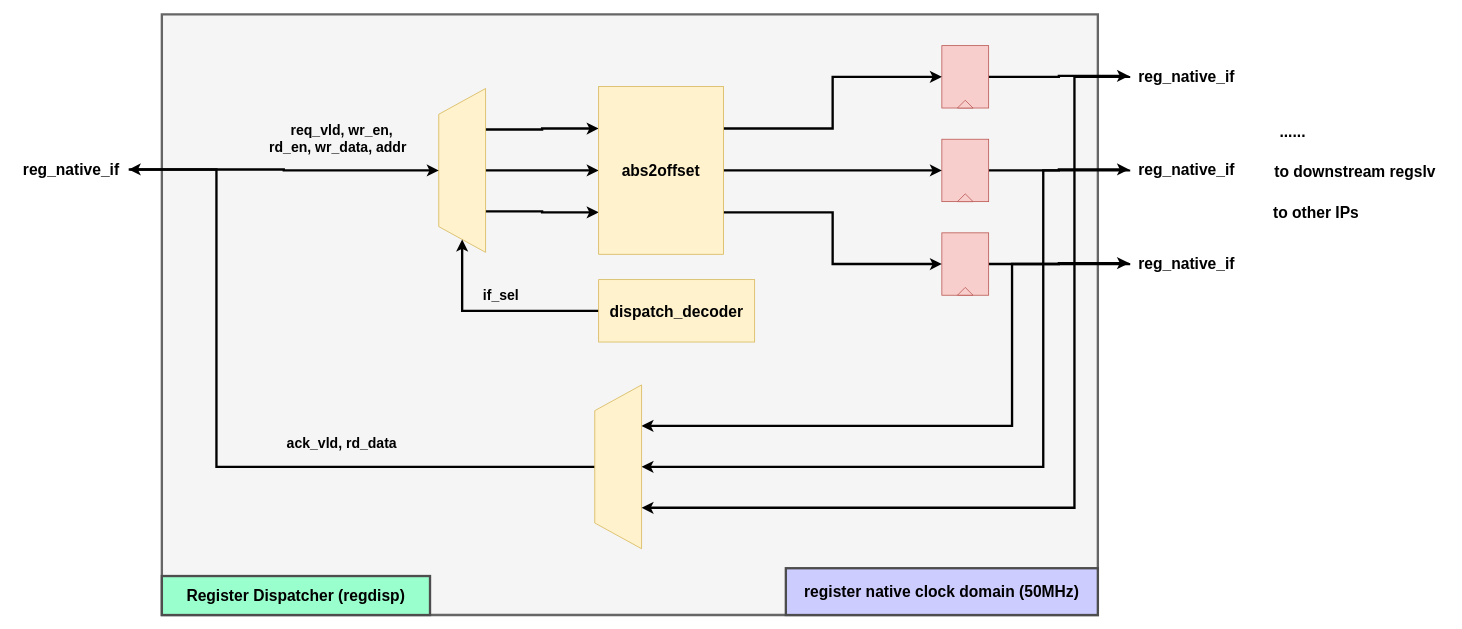
howsayhao/hj_reg_auto keeps this draw.io diagram as docs/dio_diag/regdisp_rtl_infra.dio. Above is the earlier version. Source tidied: cells renumbered, new cells numbered last; positions are measured from the earlier drawing's top-left corner, leaving out a move shared by most shapes. Both pictures are drawn from the tidied source at 78%, with x=0, y=0 at pixel (13, 14).
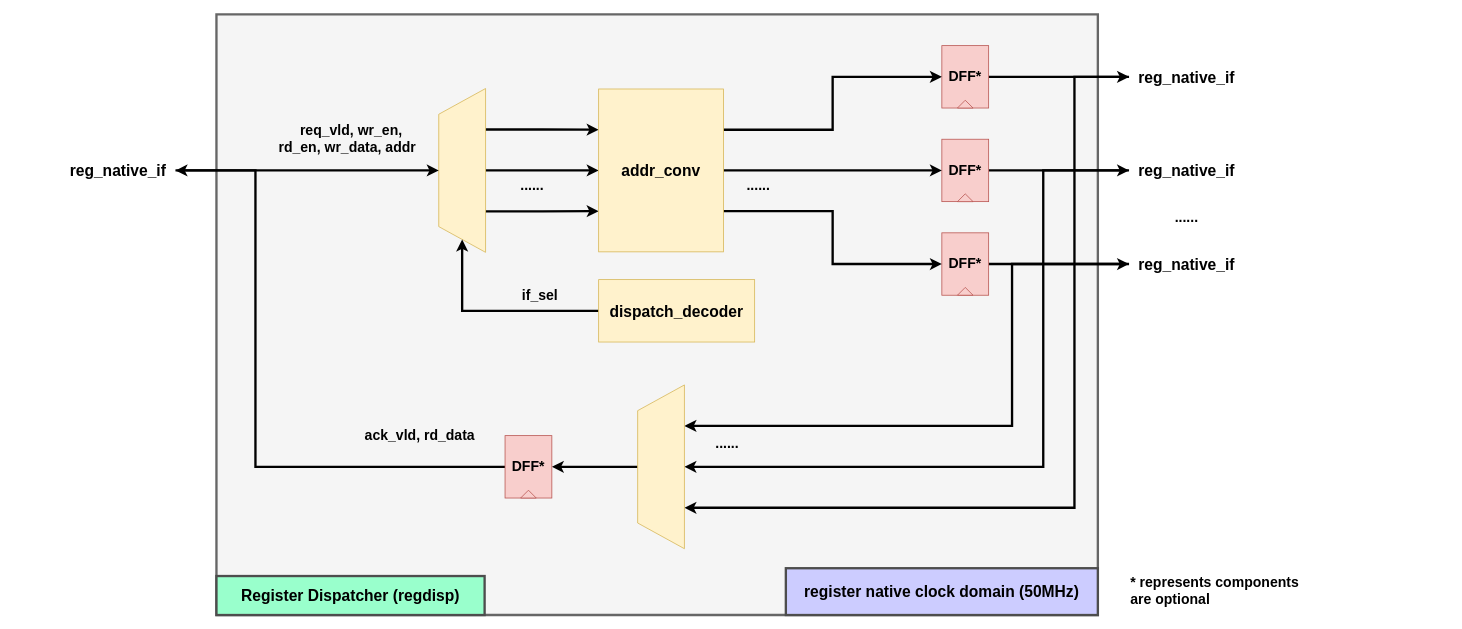
After the change.

Unchanged cells that the change refers to:
```xml
<mxCell id="17" style="group;" parent="1" vertex="1">
  <mxGeometry x="1190" y="160" width="60" height="80" as="geometry" />
</mxCell>
<mxCell id="23" style="shape=trapezoid;perimeter=trapezoidPerimeter;whiteSpace=wrap;html=1;fixedSize=1;fontSize=18;fillColor=#fff2cc;strokeColor=#d6b656;rotation=-90;size=33;" parent="1" vertex="1">
  <mxGeometry x="470" y="170" width="210" height="60" as="geometry" />
</mxCell>
<mxCell id="25" style="group;" parent="1" vertex="1">
  <mxGeometry x="1190" y="280" width="60" height="80" as="geometry" />
</mxCell>
```

The edit, as a diff of the source:
```diff
@@
     <mxCell id="2" style="shape=corner;whiteSpace=wrap;html=1;fillColor=#f5f5f5;dx=1000;dy=910;strokeWidth=3;strokeColor=#666666;fontColor=#333333;fontSize=18;" parent="1" vertex="1">
-      <mxGeometry x="190" width="1200" height="770" as="geometry" />
+      <mxGeometry x="260" width="1130" height="770" as="geometry" />
     </mxCell>
-    <mxCell id="3" value="to other IPs" style="rounded=0;whiteSpace=wrap;html=1;fontSize=20;fillColor=none;strokeColor=none;fontStyle=1;" parent="1" vertex="1">
-      <mxGeometry x="1600" y="228.8" width="140" height="50" as="geometry" />
-    </mxCell>
-    <mxCell id="4" value="to downstream regslv" style="rounded=0;whiteSpace=wrap;html=1;fontSize=20;fillColor=none;strokeColor=none;fontStyle=1;" parent="1" vertex="1">
-      <mxGeometry x="1600" y="173.8" width="240" height="55" as="geometry" />
-    </mxCell>
@@
     <mxCell id="6" value="reg_native_if" style="rounded=0;whiteSpace=wrap;html=1;fontSize=20;fillColor=none;strokeColor=none;fontStyle=1;" parent="1" vertex="1">
-      <mxGeometry x="1430" y="298.8" width="147.5" height="40" as="geometry" />
+      <mxGeometry x="1430" y="300" width="147.5" height="40" as="geometry" />
     </mxCell>
-    <mxCell id="7" value="......" style="rounded=0;whiteSpace=wrap;html=1;fontSize=20;fillColor=none;strokeColor=none;fontStyle=1;" parent="1" vertex="1">
-      <mxGeometry x="1600" y="126.2" width="80" height="45" as="geometry" />
-    </mxCell>
@@
     <mxCell id="12" value="reg_native_if" style="rounded=0;whiteSpace=wrap;html=1;fontSize=20;fillColor=none;strokeColor=none;fontStyle=1;" parent="1" vertex="1">
-      <mxGeometry x="1430" y="58.8" width="147.5" height="40" as="geometry" />
+      <mxGeometry x="1430" y="60" width="147.5" height="40" as="geometry" />
     </mxCell>
@@
     <mxCell id="14" value="reg_native_if" style="rounded=0;whiteSpace=wrap;html=1;fontSize=20;fillColor=none;strokeColor=none;fontStyle=1;" parent="1" vertex="1">
-      <mxGeometry x="1430" y="178.8" width="147.5" height="40" as="geometry" />
+      <mxGeometry x="1430" y="180" width="147.5" height="40" as="geometry" />
     </mxCell>
     <mxCell id="15" value="Register Dispatcher (regdisp)" style="text;html=1;strokeColor=#4D4D4D;fillColor=#99FFCC;align=center;verticalAlign=middle;whiteSpace=wrap;rounded=0;fontSize=20;fontStyle=1;strokeWidth=3;" parent="1" vertex="1">
-      <mxGeometry x="190" y="720" width="343.8" height="50" as="geometry" />
+      <mxGeometry x="260" y="720" width="343.8" height="50" as="geometry" />
     </mxCell>
@@
-    <mxCell id="18" style="rounded=0;whiteSpace=wrap;html=1;fontSize=18;fillColor=#f8cecc;strokeColor=#b85450;" parent="17" vertex="1">
+    <mxCell id="18" value="&lt;b&gt;DFF*&lt;/b&gt;" style="rounded=0;whiteSpace=wrap;html=1;fontSize=18;fillColor=#f8cecc;strokeColor=#b85450;" parent="17" vertex="1">
       <mxGeometry width="60" height="80" as="geometry" />
     </mxCell>
@@
-    <mxCell id="24" style="edgeStyle=orthogonalEdgeStyle;rounded=0;html=1;entryX=0.5;entryY=0;entryDx=0;entryDy=0;fontSize=20;startArrow=none;startFill=0;strokeWidth=3;exitX=1;exitY=0.5;exitDx=0;exitDy=0;" parent="1" edge="1" source="40" target="23">
-      <mxGeometry relative="1" as="geometry" />
-    </mxCell>
@@
-    <mxCell id="26" style="rounded=0;whiteSpace=wrap;html=1;fontSize=18;fillColor=#f8cecc;strokeColor=#b85450;" parent="25" vertex="1">
+    <mxCell id="26" value="&lt;b&gt;DFF*&lt;/b&gt;" style="rounded=0;whiteSpace=wrap;html=1;fontSize=18;fillColor=#f8cecc;strokeColor=#b85450;" parent="25" vertex="1">
       <mxGeometry width="60" height="80" as="geometry" />
     </mxCell>
@@
-    <mxCell id="28" style="group;" parent="1" vertex="1">
+    <mxCell id="28" style="group;fontStyle=1;" parent="1" vertex="1">
       <mxGeometry x="1190" y="40" width="60" height="80" as="geometry" />
     </mxCell>
-    <mxCell id="29" style="rounded=0;whiteSpace=wrap;html=1;fontSize=18;fillColor=#f8cecc;strokeColor=#b85450;" parent="28" vertex="1">
+    <mxCell id="29" value="&lt;b&gt;DFF*&lt;/b&gt;" style="rounded=0;whiteSpace=wrap;html=1;fontSize=18;fillColor=#f8cecc;strokeColor=#b85450;" parent="28" vertex="1">
       <mxGeometry width="60" height="80" as="geometry" />
     </mxCell>
@@
     <mxCell id="31" value="&lt;b&gt;req_vld, wr_en,&lt;br&gt;rd_en, wr_data, addr&amp;nbsp;&amp;nbsp;&lt;/b&gt;" style="text;html=1;strokeColor=none;fillColor=none;align=center;verticalAlign=middle;whiteSpace=wrap;rounded=0;fontSize=18;fontColor=#000000;" parent="1" vertex="1">
-      <mxGeometry x="320" y="130" width="201.5" height="60" as="geometry" />
+      <mxGeometry x="332.3" y="130" width="201.5" height="60" as="geometry" />
     </mxCell>
@@
-    <mxCell id="34" style="edgeStyle=orthogonalEdgeStyle;rounded=0;jumpStyle=arc;html=1;exitX=0.5;exitY=0;exitDx=0;exitDy=0;entryX=1;entryY=0.5;entryDx=0;entryDy=0;strokeWidth=3;" parent="1" edge="1" source="35" target="40">
+    <mxCell id="34" style="edgeStyle=orthogonalEdgeStyle;rounded=0;jumpStyle=arc;html=1;strokeWidth=3;exitX=0;exitY=0.5;exitDx=0;exitDy=0;entryX=1;entryY=0.5;entryDx=0;entryDy=0;" parent="1" edge="1" source="46" target="40">
       <mxGeometry relative="1" as="geometry">
         <Array as="points">
-          <mxPoint x="260" y="580" />
-          <mxPoint x="260" y="199" />
+          <mxPoint x="310" y="580" />
+          <mxPoint x="310" y="200" />
         </Array>
       </mxGeometry>
     </mxCell>
+    <mxCell id="43" style="edgeStyle=orthogonalEdgeStyle;rounded=0;html=1;exitX=0.5;exitY=0;exitDx=0;exitDy=0;fontColor=#000000;strokeWidth=3;entryX=1;entryY=0.5;entryDx=0;entryDy=0;" parent="1" edge="1" source="35" target="46">
+      <mxGeometry relative="1" as="geometry" />
+    </mxCell>
     <mxCell id="35" style="shape=trapezoid;perimeter=trapezoidPerimeter;whiteSpace=wrap;html=1;fixedSize=1;fontSize=18;fillColor=#fff2cc;strokeColor=#d6b656;rotation=-90;size=33;" parent="1" vertex="1">
-      <mxGeometry x="670" y="550" width="210" height="60" as="geometry" />
+      <mxGeometry x="725" y="550" width="210" height="60" as="geometry" />
     </mxCell>
@@
-    <mxCell id="39" value="abs2offset" style="rounded=0;whiteSpace=wrap;html=1;fillColor=#fff2cc;fontStyle=1;fontSize=20;strokeColor=#d6b656;" parent="1" vertex="1">
-      <mxGeometry x="750" y="92.5" width="160" height="215" as="geometry" />
+    <mxCell id="39" value="addr_conv" style="rounded=0;whiteSpace=wrap;html=1;fillColor=#fff2cc;fontStyle=1;fontSize=20;strokeColor=#d6b656;" parent="1" vertex="1">
+      <mxGeometry x="750" y="95.6" width="160" height="208.8" as="geometry" />
     </mxCell>
+    <mxCell id="24" style="edgeStyle=orthogonalEdgeStyle;rounded=0;html=1;exitX=1;exitY=0.5;exitDx=0;exitDy=0;entryX=0.5;entryY=0;entryDx=0;entryDy=0;fontColor=#000000;strokeWidth=3;" parent="1" edge="1" source="40" target="23">
+      <mxGeometry relative="1" as="geometry" />
+    </mxCell>
     <mxCell id="40" value="reg_native_if" style="rounded=0;whiteSpace=wrap;html=1;fontSize=20;fillColor=none;strokeColor=none;fontStyle=1;" parent="1" vertex="1">
-      <mxGeometry y="178.8" width="147.5" height="40" as="geometry" />
+      <mxGeometry x="60" y="180" width="147.5" height="40" as="geometry" />
     </mxCell>
     <mxCell id="41" value="&lt;b&gt;if_sel&lt;/b&gt;" style="text;html=1;strokeColor=none;fillColor=none;align=center;verticalAlign=middle;whiteSpace=wrap;rounded=0;fontSize=18;fontColor=#000000;" parent="1" vertex="1">
-      <mxGeometry x="580" y="340" width="90" height="40" as="geometry" />
+      <mxGeometry x="630" y="340" width="90" height="40" as="geometry" />
     </mxCell>
     <mxCell id="42" value="&lt;b&gt;ack_vld, rd_data&lt;/b&gt;" style="text;html=1;strokeColor=none;fillColor=none;align=center;verticalAlign=middle;whiteSpace=wrap;rounded=0;fontSize=18;fontColor=#000000;" parent="1" vertex="1">
-      <mxGeometry x="320" y="520" width="201.5" height="60" as="geometry" />
+      <mxGeometry x="420" y="510" width="201.5" height="60" as="geometry" />
     </mxCell>
+    <mxCell id="44" value="&lt;b&gt;* represents components are optional&lt;/b&gt;" style="text;html=1;strokeColor=none;fillColor=none;align=left;verticalAlign=middle;whiteSpace=wrap;rounded=0;fontSize=18;fontColor=#000000;" parent="1" vertex="1">
+      <mxGeometry x="1430" y="710" width="220" height="60" as="geometry" />
+    </mxCell>
+    <mxCell id="45" style="group;" parent="1" vertex="1">
+      <mxGeometry x="630" y="540" width="60" height="80" as="geometry" />
+    </mxCell>
+    <mxCell id="46" value="&lt;b&gt;DFF*&lt;/b&gt;" style="rounded=0;whiteSpace=wrap;html=1;fontSize=18;fillColor=#f8cecc;strokeColor=#b85450;" parent="45" vertex="1">
+      <mxGeometry width="60" height="80" as="geometry" />
+    </mxCell>
+    <mxCell id="47" style="triangle;whiteSpace=wrap;html=1;fontSize=18;rotation=-90;fillColor=#f8cecc;strokeColor=#b85450;" parent="45" vertex="1">
+      <mxGeometry x="25" y="65" width="10" height="20" as="geometry" />
+    </mxCell>
+    <mxCell id="48" value="&lt;b&gt;......&lt;/b&gt;" style="text;html=1;strokeColor=none;fillColor=none;align=center;verticalAlign=middle;whiteSpace=wrap;rounded=0;fontSize=18;fontColor=#000000;" parent="1" vertex="1">
+      <mxGeometry x="1468.8" y="240" width="70" height="40" as="geometry" />
+    </mxCell>
+    <mxCell id="49" value="&lt;b&gt;......&lt;/b&gt;" style="text;html=1;strokeColor=none;fillColor=none;align=center;verticalAlign=middle;whiteSpace=wrap;rounded=0;fontSize=18;fontColor=#000000;" parent="1" vertex="1">
+      <mxGeometry x="920" y="200" width="70" height="40" as="geometry" />
+    </mxCell>
+    <mxCell id="50" value="&lt;b&gt;......&lt;/b&gt;" style="text;html=1;strokeColor=none;fillColor=none;align=center;verticalAlign=middle;whiteSpace=wrap;rounded=0;fontSize=18;fontColor=#000000;" parent="1" vertex="1">
+      <mxGeometry x="630" y="200" width="70" height="40" as="geometry" />
+    </mxCell>
+    <mxCell id="51" value="&lt;b&gt;......&lt;/b&gt;" style="text;html=1;strokeColor=none;fillColor=none;align=center;verticalAlign=middle;whiteSpace=wrap;rounded=0;fontSize=18;fontColor=#000000;" parent="1" vertex="1">
+      <mxGeometry x="880" y="530" width="70" height="40" as="geometry" />
+    </mxCell>
```
